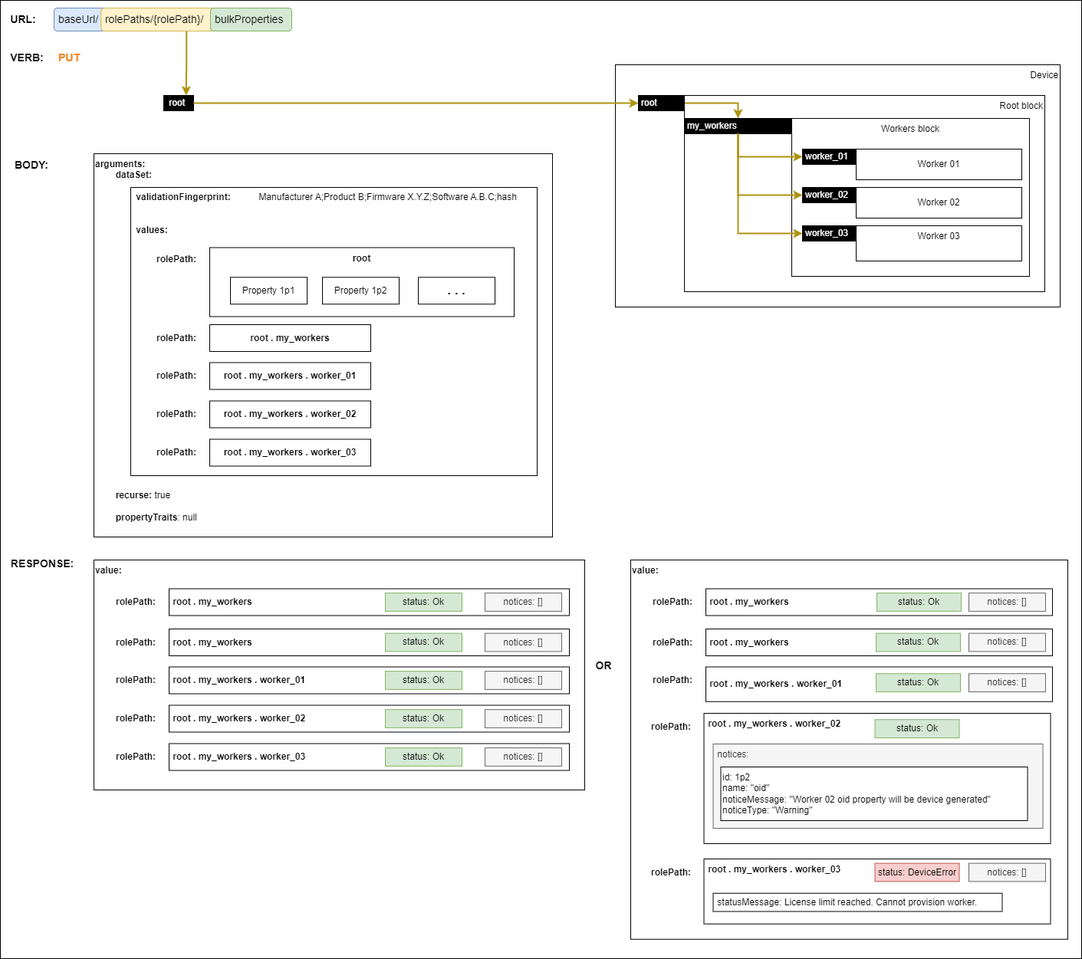
This is docs/images/restoring-full-backup.png from AMWA-TV/is-device-configuration, a draw.io export, as it was before one commit. Source tidied: cells renumbered, new cells last; positions are measured from the earlier drawing's top-left corner, leaving out a move shared by most shapes.
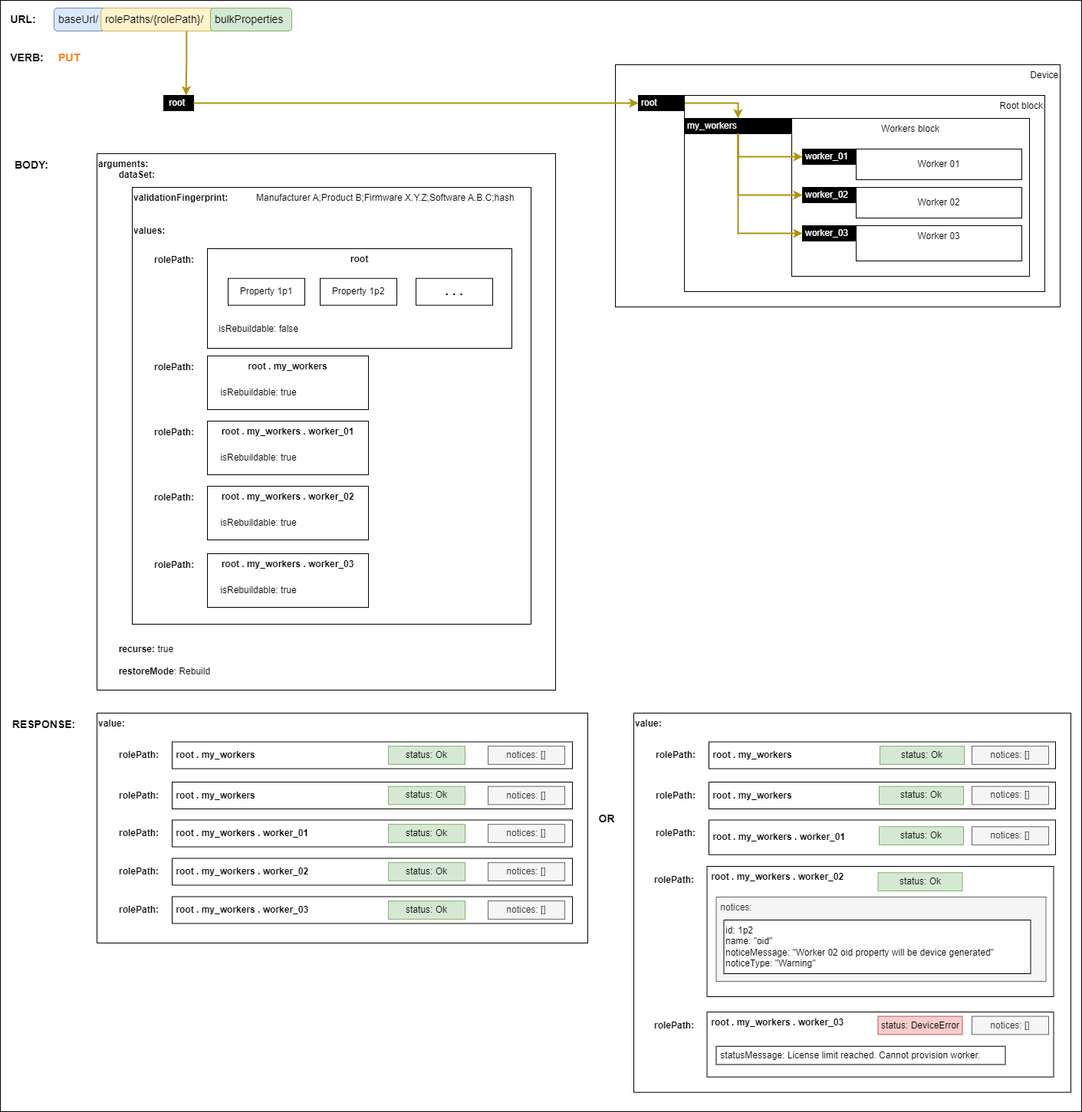
After the change.

Change to the diagram source:
```diff
@@ -5,27 +5,24 @@
     <mxCell id="2" style="rounded=0;whiteSpace=wrap;html=1;" parent="1" vertex="1">
-      <mxGeometry width="1410" height="1250" as="geometry" />
+      <mxGeometry x="-4" y="-200" width="1410" height="1450" as="geometry" />
     </mxCell>
-    <mxCell id="3" value="&lt;div&gt;&lt;b&gt;arguments:&lt;/b&gt;&lt;/div&gt;&lt;div&gt;&lt;b&gt;&lt;span style=&quot;white-space: pre;&quot;&gt;&#9;&lt;/span&gt;dataSet:&lt;br&gt;&lt;/b&gt;&lt;/div&gt;&lt;div&gt;&lt;br&gt;&lt;/div&gt;&lt;div&gt;&lt;b&gt;&lt;span style=&quot;white-space: pre;&quot;&gt;&lt;span style=&quot;white-space: pre;&quot;&gt;&#9;&lt;/span&gt;&#9;&lt;/span&gt;validationFingerprint:&lt;/b&gt; &lt;span style=&quot;white-space: pre;&quot;&gt;&#9;&lt;/span&gt;&lt;span style=&quot;white-space: pre;&quot;&gt;&#9;&lt;/span&gt;Manufacturer A;Product B;Firmware X.Y.Z;Software A.B.C;hash&lt;br&gt;&lt;/div&gt;&lt;div&gt;&lt;br&gt;&lt;/div&gt;&lt;div&gt;&lt;br&gt;&lt;/div&gt;&lt;b&gt;&lt;span style=&quot;white-space: pre;&quot;&gt;&#9;&lt;span style=&quot;white-space: pre;&quot;&gt;&#9;&lt;/span&gt;&lt;/span&gt;values:&lt;/b&gt;&lt;div&gt;&lt;b&gt;&lt;br&gt;&lt;/b&gt;&lt;/div&gt;&lt;div&gt;&lt;b&gt;&lt;br&gt;&lt;/b&gt;&lt;/div&gt;&lt;div&gt;&lt;b&gt;&lt;br&gt;&lt;/b&gt;&lt;/div&gt;&lt;div&gt;&lt;b&gt;&lt;br&gt;&lt;/b&gt;&lt;/div&gt;&lt;div&gt;&lt;b&gt;&lt;br&gt;&lt;/b&gt;&lt;/div&gt;&lt;div&gt;&lt;b&gt;&lt;br&gt;&lt;/b&gt;&lt;/div&gt;&lt;div&gt;&lt;b&gt;&lt;br&gt;&lt;/b&gt;&lt;/div&gt;&lt;div&gt;&lt;b&gt;&lt;br&gt;&lt;/b&gt;&lt;/div&gt;&lt;div&gt;&lt;b&gt;&lt;br&gt;&lt;/b&gt;&lt;/div&gt;&lt;div&gt;&lt;b&gt;&lt;br&gt;&lt;/b&gt;&lt;/div&gt;&lt;div&gt;&lt;b&gt;&lt;br&gt;&lt;/b&gt;&lt;/div&gt;&lt;div&gt;&lt;b&gt;&lt;br&gt;&lt;/b&gt;&lt;/div&gt;&lt;div&gt;&lt;b&gt;&lt;br&gt;&lt;/b&gt;&lt;/div&gt;&lt;div&gt;&lt;b&gt;&lt;br&gt;&lt;/b&gt;&lt;/div&gt;&lt;div&gt;&lt;b&gt;&lt;br&gt;&lt;/b&gt;&lt;/div&gt;&lt;div&gt;&lt;b&gt;&lt;br&gt;&lt;/b&gt;&lt;/div&gt;&lt;div&gt;&lt;b&gt;&lt;br&gt;&lt;/b&gt;&lt;/div&gt;&lt;div&gt;&lt;b&gt;&lt;br&gt;&lt;/b&gt;&lt;/div&gt;&lt;div&gt;&lt;b&gt;&lt;br&gt;&lt;/b&gt;&lt;/div&gt;&lt;div&gt;&lt;b&gt;&lt;br&gt;&lt;/b&gt;&lt;/div&gt;&lt;div&gt;&lt;b&gt;&lt;br&gt;&lt;/b&gt;&lt;/div&gt;&lt;div&gt;&lt;b&gt;&lt;br&gt;&lt;/b&gt;&lt;/div&gt;&lt;div&gt;&lt;b&gt;&lt;br&gt;&lt;/b&gt;&lt;/div&gt;&lt;div&gt;&lt;b&gt;&lt;span style=&quot;white-space: pre;&quot;&gt;&#9;&lt;/span&gt;recurse:&lt;/b&gt; true&lt;/div&gt;&lt;div&gt;&lt;br&gt;&lt;/div&gt;&lt;div&gt;&lt;span style=&quot;white-space: pre;&quot;&gt;&#9;&lt;/span&gt;&lt;b style=&quot;background-color: initial;&quot;&gt;propertyTraits&lt;/b&gt;&lt;span style=&quot;background-color: initial;&quot;&gt;: null&lt;/span&gt;&lt;br&gt;&lt;/div&gt;" style="rounded=0;whiteSpace=wrap;html=1;align=left;verticalAlign=top;" parent="1" vertex="1">
-      <mxGeometry x="122" y="200" width="598" height="500" as="geometry" />
+    <mxCell id="3" value="&lt;div&gt;&lt;b&gt;arguments:&lt;/b&gt;&lt;/div&gt;&lt;div&gt;&lt;b&gt;&lt;span style=&quot;white-space: pre;&quot;&gt;&#9;&lt;/span&gt;dataSet:&lt;br&gt;&lt;/b&gt;&lt;/div&gt;&lt;div&gt;&lt;br&gt;&lt;/div&gt;&lt;div&gt;&lt;b&gt;&lt;span style=&quot;white-space: pre;&quot;&gt;&lt;span style=&quot;white-space: pre;&quot;&gt;&#9;&lt;/span&gt;&#9;&lt;/span&gt;&lt;/b&gt;&lt;/div&gt;&lt;div&gt;&lt;b&gt;&lt;br&gt;&lt;/b&gt;&lt;/div&gt;&lt;div&gt;&lt;b&gt;&lt;br&gt;&lt;/b&gt;&lt;/div&gt;&lt;div&gt;&lt;b&gt;&lt;br&gt;&lt;/b&gt;&lt;/div&gt;&lt;div&gt;&lt;b&gt;&lt;br&gt;&lt;/b&gt;&lt;/div&gt;&lt;div&gt;&lt;b&gt;&lt;br&gt;&lt;/b&gt;&lt;/div&gt;&lt;div&gt;&lt;b&gt;&lt;br&gt;&lt;/b&gt;&lt;/div&gt;&lt;div&gt;&lt;b&gt;&lt;br&gt;&lt;/b&gt;&lt;/div&gt;&lt;div&gt;&lt;b&gt;&lt;br&gt;&lt;/b&gt;&lt;/div&gt;&lt;div&gt;&lt;b&gt;&lt;br&gt;&lt;/b&gt;&lt;/div&gt;&lt;div&gt;&lt;b&gt;&lt;br&gt;&lt;/b&gt;&lt;/div&gt;&lt;div&gt;&lt;b&gt;&lt;br&gt;&lt;/b&gt;&lt;/div&gt;&lt;div&gt;&lt;b&gt;&lt;br&gt;&lt;/b&gt;&lt;/div&gt;&lt;div&gt;&lt;b&gt;&lt;br&gt;&lt;/b&gt;&lt;/div&gt;&lt;div&gt;&lt;b&gt;&lt;br&gt;&lt;/b&gt;&lt;/div&gt;&lt;div&gt;&lt;b&gt;&lt;br&gt;&lt;/b&gt;&lt;/div&gt;&lt;div&gt;&lt;b&gt;&lt;br&gt;&lt;/b&gt;&lt;/div&gt;&lt;div&gt;&lt;b&gt;&lt;br&gt;&lt;/b&gt;&lt;/div&gt;&lt;div&gt;&lt;b&gt;&lt;br&gt;&lt;/b&gt;&lt;/div&gt;&lt;div&gt;&lt;b&gt;&lt;br&gt;&lt;/b&gt;&lt;/div&gt;&lt;div&gt;&lt;b&gt;&lt;br&gt;&lt;/b&gt;&lt;/div&gt;&lt;div&gt;&lt;b&gt;&lt;br&gt;&lt;/b&gt;&lt;/div&gt;&lt;div&gt;&lt;b&gt;&lt;br&gt;&lt;/b&gt;&lt;/div&gt;&lt;div&gt;&lt;b&gt;&lt;br&gt;&lt;/b&gt;&lt;/div&gt;&lt;div&gt;&lt;b&gt;&lt;br&gt;&lt;/b&gt;&lt;/div&gt;&lt;div&gt;&lt;b&gt;&lt;br&gt;&lt;/b&gt;&lt;/div&gt;&lt;div&gt;&lt;b&gt;&lt;br&gt;&lt;/b&gt;&lt;/div&gt;&lt;div&gt;&lt;b&gt;&lt;br&gt;&lt;/b&gt;&lt;/div&gt;&lt;div&gt;&lt;b&gt;&lt;br&gt;&lt;/b&gt;&lt;/div&gt;&lt;div&gt;&lt;b&gt;&lt;br&gt;&lt;/b&gt;&lt;/div&gt;&lt;div&gt;&lt;b&gt;&lt;br&gt;&lt;/b&gt;&lt;/div&gt;&lt;div&gt;&lt;b&gt;&lt;br&gt;&lt;/b&gt;&lt;/div&gt;&lt;div&gt;&lt;b&gt;&lt;br&gt;&lt;/b&gt;&lt;/div&gt;&lt;div&gt;&lt;b&gt;&lt;br&gt;&lt;/b&gt;&lt;/div&gt;&lt;div&gt;&lt;b&gt;&lt;br&gt;&lt;/b&gt;&lt;/div&gt;&lt;div&gt;&lt;b&gt;&lt;br&gt;&lt;/b&gt;&lt;/div&gt;&lt;div&gt;&lt;b&gt;&lt;br&gt;&lt;/b&gt;&lt;/div&gt;&lt;div&gt;&lt;b&gt;&lt;br&gt;&lt;/b&gt;&lt;/div&gt;&lt;div&gt;&lt;b&gt;&lt;br&gt;&lt;/b&gt;&lt;/div&gt;&lt;div&gt;&lt;br&gt;&lt;/div&gt;&lt;div&gt;&lt;br&gt;&lt;/div&gt;&lt;div&gt;&lt;b&gt;&lt;span style=&quot;white-space: pre;&quot;&gt;&#9;&lt;/span&gt;recurse:&lt;/b&gt; true&lt;/div&gt;&lt;div&gt;&lt;br&gt;&lt;/div&gt;&lt;div&gt;&lt;span style=&quot;white-space: pre;&quot;&gt;&#9;&lt;/span&gt;&lt;b&gt;restoreMode&lt;/b&gt;: Rebuild&lt;br&gt;&lt;/div&gt;" style="rounded=0;whiteSpace=wrap;html=1;align=left;verticalAlign=top;" parent="1" vertex="1">
+      <mxGeometry x="122" width="598" height="700" as="geometry" />
     </mxCell>
-    <mxCell id="4" style="rounded=0;whiteSpace=wrap;html=1;fillColor=none;fontStyle=0;" parent="1" vertex="1">
-      <mxGeometry x="170" y="244" width="530" height="376" as="geometry" />
-    </mxCell>
     <mxCell id="5" value="Device" style="rounded=0;whiteSpace=wrap;html=1;align=right;verticalAlign=top;" parent="1" vertex="1">
-      <mxGeometry x="802" y="84" width="580" height="316" as="geometry" />
+      <mxGeometry x="798" y="-116" width="580" height="316" as="geometry" />
     </mxCell>
     <mxCell id="6" value="&lt;div&gt;Root block&lt;br&gt;&lt;/div&gt;" style="rounded=0;whiteSpace=wrap;html=1;align=right;verticalAlign=top;" parent="1" vertex="1">
-      <mxGeometry x="892" y="124" width="470" height="256" as="geometry" />
+      <mxGeometry x="888" y="-76" width="470" height="256" as="geometry" />
     </mxCell>
     <mxCell id="7" value="Workers block" style="rounded=0;whiteSpace=wrap;html=1;verticalAlign=top;" parent="1" vertex="1">
-      <mxGeometry x="1032" y="154" width="310" height="206" as="geometry" />
+      <mxGeometry x="1028" y="-46" width="310" height="206" as="geometry" />
     </mxCell>
     <mxCell id="8" value="Worker 01" style="rounded=0;whiteSpace=wrap;html=1;" parent="1" vertex="1">
-      <mxGeometry x="1116" y="194" width="216" height="40" as="geometry" />
+      <mxGeometry x="1112" y="-6" width="216" height="40" as="geometry" />
     </mxCell>
     <mxCell id="9" value="Worker 02" style="rounded=0;whiteSpace=wrap;html=1;" parent="1" vertex="1">
-      <mxGeometry x="1116" y="244" width="216" height="40" as="geometry" />
+      <mxGeometry x="1112" y="44" width="216" height="40" as="geometry" />
     </mxCell>
     <mxCell id="10" value="Worker 03" style="rounded=0;whiteSpace=wrap;html=1;verticalAlign=top;" parent="1" vertex="1">
-      <mxGeometry x="1116" y="294" width="216" height="46" as="geometry" />
+      <mxGeometry x="1112" y="94" width="216" height="46" as="geometry" />
     </mxCell>
@@ -35,27 +32,27 @@
     <mxCell id="12" value="root" style="rounded=0;whiteSpace=wrap;html=1;align=left;fillColor=#000000;fontColor=#FFFFFF;spacingLeft=2;" parent="1" vertex="1">
-      <mxGeometry x="832" y="124" width="60" height="20" as="geometry" />
+      <mxGeometry x="828" y="-76" width="60" height="20" as="geometry" />
     </mxCell>
     <mxCell id="13" value="my_workers" style="rounded=0;whiteSpace=wrap;html=1;align=left;fillColor=#000000;fontColor=#FFFFFF;spacingLeft=2;" parent="1" vertex="1">
-      <mxGeometry x="892" y="154" width="140" height="20" as="geometry" />
+      <mxGeometry x="888" y="-46" width="140" height="20" as="geometry" />
     </mxCell>
     <mxCell id="14" value="worker_01" style="rounded=0;whiteSpace=wrap;html=1;align=left;fillColor=#000000;fontColor=#FFFFFF;spacingLeft=2;" parent="1" vertex="1">
-      <mxGeometry x="1046" y="194" width="70" height="20" as="geometry" />
+      <mxGeometry x="1042" y="-6" width="70" height="20" as="geometry" />
     </mxCell>
     <mxCell id="15" value="worker_02" style="rounded=0;whiteSpace=wrap;html=1;align=left;fillColor=#000000;fontColor=#FFFFFF;spacingLeft=2;" parent="1" vertex="1">
-      <mxGeometry x="1046" y="244" width="70" height="20" as="geometry" />
+      <mxGeometry x="1042" y="44" width="70" height="20" as="geometry" />
     </mxCell>
     <mxCell id="16" value="URL:" style="text;html=1;strokeColor=none;fillColor=none;align=center;verticalAlign=middle;whiteSpace=wrap;rounded=0;fontStyle=1;fontSize=14;" parent="1" vertex="1">
-      <mxGeometry x="10" y="10" width="40" height="30" as="geometry" />
+      <mxGeometry x="6" y="-190" width="40" height="30" as="geometry" />
     </mxCell>
     <mxCell id="17" value="VERB:" style="text;html=1;strokeColor=none;fillColor=none;align=center;verticalAlign=middle;whiteSpace=wrap;rounded=0;fontStyle=1;fontSize=14;" parent="1" vertex="1">
-      <mxGeometry x="10" y="60" width="50" height="30" as="geometry" />
+      <mxGeometry x="6" y="-140" width="50" height="30" as="geometry" />
     </mxCell>
     <mxCell id="18" value="PUT" style="text;html=1;strokeColor=none;fillColor=none;align=center;verticalAlign=middle;whiteSpace=wrap;rounded=0;fontStyle=1;fontSize=14;fontColor=#f48722;" parent="1" vertex="1">
-      <mxGeometry x="70" y="60" width="40" height="30" as="geometry" />
+      <mxGeometry x="66" y="-140" width="40" height="30" as="geometry" />
     </mxCell>
     <mxCell id="19" value="&amp;nbsp;root" style="rounded=0;whiteSpace=wrap;html=1;align=left;fillColor=#000000;fontColor=#FFFFFF;spacingLeft=2;" parent="1" vertex="1">
-      <mxGeometry x="213" y="124" width="39" height="20" as="geometry" />
+      <mxGeometry x="209" y="-76" width="39" height="20" as="geometry" />
     </mxCell>
     <mxCell id="20" value="worker_03" style="rounded=0;whiteSpace=wrap;html=1;align=left;fillColor=#000000;fontColor=#FFFFFF;spacingLeft=2;" parent="1" vertex="1">
-      <mxGeometry x="1046" y="294" width="70" height="20" as="geometry" />
+      <mxGeometry x="1042" y="94" width="70" height="20" as="geometry" />
     </mxCell>
@@ -65,6 +62,6 @@
     <mxCell id="22" value="&amp;nbsp;baseUrl/" style="rounded=1;whiteSpace=wrap;html=1;align=left;fontSize=14;fillColor=#dae8fc;strokeColor=#6c8ebf;" parent="1" vertex="1">
-      <mxGeometry x="70" y="10" width="90" height="30" as="geometry" />
+      <mxGeometry x="66" y="-190" width="90" height="30" as="geometry" />
     </mxCell>
     <mxCell id="23" value="&amp;nbsp;rolePaths/{rolePath}/" style="rounded=1;whiteSpace=wrap;html=1;align=left;fontSize=14;fillColor=#fff2cc;strokeColor=#d6b656;" parent="1" vertex="1">
-      <mxGeometry x="131.2" y="10" width="148.8" height="30" as="geometry" />
+      <mxGeometry x="127.2" y="-190" width="148.8" height="30" as="geometry" />
     </mxCell>
@@ -74,3 +71,3 @@
     <mxCell id="25" value="&amp;nbsp;bulkProperties" style="rounded=1;whiteSpace=wrap;html=1;align=left;fontSize=14;fillColor=#d5e8d4;strokeColor=#82b366;" parent="1" vertex="1">
-      <mxGeometry x="274" y="10" width="106" height="30" as="geometry" />
+      <mxGeometry x="270" y="-190" width="106" height="30" as="geometry" />
     </mxCell>
@@ -86,46 +83,7 @@
     <mxCell id="29" value="RESPONSE:" style="text;html=1;strokeColor=none;fillColor=none;align=center;verticalAlign=middle;whiteSpace=wrap;rounded=0;fontStyle=1;fontSize=14;" parent="1" vertex="1">
-      <mxGeometry x="10" y="720" width="90" height="30" as="geometry" />
+      <mxGeometry x="8" y="730" width="90" height="30" as="geometry" />
     </mxCell>
     <mxCell id="30" value="BODY:" style="text;html=1;strokeColor=none;fillColor=none;align=center;verticalAlign=middle;whiteSpace=wrap;rounded=0;fontStyle=1;fontSize=14;" parent="1" vertex="1">
-      <mxGeometry x="12" y="200" width="58" height="30" as="geometry" />
+      <mxGeometry x="8" width="58" height="30" as="geometry" />
     </mxCell>
-    <mxCell id="31" value="root" style="rounded=0;whiteSpace=wrap;html=1;verticalAlign=top;fontStyle=1;" parent="1" vertex="1">
-      <mxGeometry x="273" y="322.5" width="397" height="90" as="geometry" />
-    </mxCell>
-    <mxCell id="32" value="&lt;b&gt;rolePath:&lt;/b&gt;" style="text;html=1;align=center;verticalAlign=middle;whiteSpace=wrap;rounded=0;" parent="1" vertex="1">
-      <mxGeometry x="200" y="322.5" width="60" height="30" as="geometry" />
-    </mxCell>
-    <mxCell id="33" value="Property 1p1" style="rounded=0;whiteSpace=wrap;html=1;" parent="1" vertex="1">
-      <mxGeometry x="300" y="361.2" width="100" height="35" as="geometry" />
-    </mxCell>
-    <mxCell id="34" value="Property 1p2" style="rounded=0;whiteSpace=wrap;html=1;" parent="1" vertex="1">
-      <mxGeometry x="420" y="361.2" width="100" height="35" as="geometry" />
-    </mxCell>
-    <mxCell id="35" value=". . ." style="rounded=0;whiteSpace=wrap;html=1;fontStyle=1;fontSize=17;" parent="1" vertex="1">
-      <mxGeometry x="545" y="361.2" width="100" height="35" as="geometry" />
-    </mxCell>
-    <mxCell id="36" value="root . my_workers" style="rounded=0;whiteSpace=wrap;html=1;fontStyle=1;" parent="1" vertex="1">
-      <mxGeometry x="273" y="423" width="210" height="35" as="geometry" />
-    </mxCell>
-    <mxCell id="37" value="root . my_workers . worker_01" style="rounded=0;whiteSpace=wrap;html=1;fontStyle=1;" parent="1" vertex="1">
-      <mxGeometry x="273" y="472.5" width="210" height="35" as="geometry" />
-    </mxCell>
-    <mxCell id="38" value="root . my_workers . worker_02" style="rounded=0;whiteSpace=wrap;html=1;fontStyle=1;" parent="1" vertex="1">
-      <mxGeometry x="273" y="522.5" width="210" height="35" as="geometry" />
-    </mxCell>
-    <mxCell id="39" value="root . my_workers . worker_03" style="rounded=0;whiteSpace=wrap;html=1;fontStyle=1;" parent="1" vertex="1">
-      <mxGeometry x="273" y="572.5" width="210" height="35" as="geometry" />
-    </mxCell>
-    <mxCell id="40" value="&lt;b&gt;rolePath:&lt;/b&gt;" style="text;html=1;align=center;verticalAlign=middle;whiteSpace=wrap;rounded=0;" parent="1" vertex="1">
-      <mxGeometry x="200" y="425.5" width="60" height="30" as="geometry" />
-    </mxCell>
-    <mxCell id="41" value="&lt;b&gt;rolePath:&lt;/b&gt;" style="text;html=1;align=center;verticalAlign=middle;whiteSpace=wrap;rounded=0;" parent="1" vertex="1">
-      <mxGeometry x="200" y="475" width="60" height="30" as="geometry" />
-    </mxCell>
-    <mxCell id="42" value="&lt;b&gt;rolePath:&lt;/b&gt;" style="text;html=1;align=center;verticalAlign=middle;whiteSpace=wrap;rounded=0;" parent="1" vertex="1">
-      <mxGeometry x="200" y="525" width="60" height="30" as="geometry" />
-    </mxCell>
-    <mxCell id="43" value="&lt;b&gt;rolePath:&lt;/b&gt;" style="text;html=1;align=center;verticalAlign=middle;whiteSpace=wrap;rounded=0;" parent="1" vertex="1">
-      <mxGeometry x="200" y="575" width="60" height="30" as="geometry" />
-    </mxCell>
     <mxCell id="44" value="&lt;div&gt;&lt;b style=&quot;background-color: initial;&quot;&gt;value:&lt;/b&gt;&lt;br&gt;&lt;/div&gt;" style="rounded=0;whiteSpace=wrap;html=1;align=left;verticalAlign=top;" parent="1" vertex="1">
@@ -265,2 +223,59 @@
     </mxCell>
+    <mxCell id="89" value="&lt;div&gt;&lt;b&gt;validationFingerprint:&lt;/b&gt; &lt;span style=&quot;white-space: pre;&quot;&gt;&#9;&lt;/span&gt;&lt;span style=&quot;white-space: pre;&quot;&gt;&#9;&lt;/span&gt;Manufacturer A;Product B;Firmware X.Y.Z;Software A.B.C;hash&lt;br&gt;&lt;/div&gt;&lt;div&gt;&lt;br&gt;&lt;/div&gt;&lt;div&gt;&lt;br&gt;&lt;/div&gt;&lt;b&gt;values:&lt;/b&gt;" style="rounded=0;whiteSpace=wrap;html=1;align=left;verticalAlign=top;" parent="1" vertex="1">
+      <mxGeometry x="168" y="44" width="520" height="570" as="geometry" />
+    </mxCell>
+    <mxCell id="31" value="root" style="rounded=0;whiteSpace=wrap;html=1;verticalAlign=top;fontStyle=1;" parent="1" vertex="1">
+      <mxGeometry x="266" y="124" width="397" height="130" as="geometry" />
+    </mxCell>
+    <mxCell id="90" value="&lt;b&gt;rolePath:&lt;/b&gt;" style="text;html=1;align=center;verticalAlign=middle;whiteSpace=wrap;rounded=0;" parent="1" vertex="1">
+      <mxGeometry x="193" y="124" width="60" height="30" as="geometry" />
+    </mxCell>
+    <mxCell id="33" value="Property 1p1" style="rounded=0;whiteSpace=wrap;html=1;" parent="1" vertex="1">
+      <mxGeometry x="293" y="162.8" width="100" height="35" as="geometry" />
+    </mxCell>
+    <mxCell id="34" value="Property 1p2" style="rounded=0;whiteSpace=wrap;html=1;" parent="1" vertex="1">
+      <mxGeometry x="413" y="162.8" width="100" height="35" as="geometry" />
+    </mxCell>
+    <mxCell id="35" value=". . ." style="rounded=0;whiteSpace=wrap;html=1;fontStyle=1;fontSize=17;" parent="1" vertex="1">
+      <mxGeometry x="538" y="162.8" width="100" height="35" as="geometry" />
+    </mxCell>
+    <mxCell id="36" value="&lt;b&gt;root . my_workers&lt;/b&gt;" style="rounded=0;whiteSpace=wrap;html=1;verticalAlign=top;" parent="1" vertex="1">
+      <mxGeometry x="266" y="264" width="210" height="70" as="geometry" />
+    </mxCell>
+    <mxCell id="91" value="&lt;b&gt;rolePath:&lt;/b&gt;" style="text;html=1;align=center;verticalAlign=middle;whiteSpace=wrap;rounded=0;" parent="1" vertex="1">
+      <mxGeometry x="193" y="264" width="60" height="30" as="geometry" />
+    </mxCell>
+    <mxCell id="92" value="&lt;b&gt;rolePath:&lt;/b&gt;" style="text;html=1;align=center;verticalAlign=middle;whiteSpace=wrap;rounded=0;" parent="1" vertex="1">
+      <mxGeometry x="193" y="349" width="60" height="30" as="geometry" />
+    </mxCell>
+    <mxCell id="93" value="&lt;b&gt;rolePath:&lt;/b&gt;" style="text;html=1;align=center;verticalAlign=middle;whiteSpace=wrap;rounded=0;" parent="1" vertex="1">
+      <mxGeometry x="193" y="434" width="60" height="30" as="geometry" />
+    </mxCell>
+    <mxCell id="94" value="&lt;b&gt;rolePath:&lt;/b&gt;" style="text;html=1;align=center;verticalAlign=middle;whiteSpace=wrap;rounded=0;" parent="1" vertex="1">
+      <mxGeometry x="193" y="522" width="60" height="30" as="geometry" />
+    </mxCell>
+    <mxCell id="95" value="isRebuildable: false" style="text;html=1;align=center;verticalAlign=middle;whiteSpace=wrap;rounded=0;" parent="1" vertex="1">
+      <mxGeometry x="273" y="214" width="120" height="30" as="geometry" />
+    </mxCell>
+    <mxCell id="96" value="isRebuildable: true" style="text;html=1;align=center;verticalAlign=middle;whiteSpace=wrap;rounded=0;" parent="1" vertex="1">
+      <mxGeometry x="273" y="296.5" width="120" height="30" as="geometry" />
+    </mxCell>
+    <mxCell id="37" value="&lt;span style=&quot;font-weight: 700;&quot;&gt;root . my_workers . worker_01&lt;/span&gt;" style="rounded=0;whiteSpace=wrap;html=1;verticalAlign=top;" parent="1" vertex="1">
+      <mxGeometry x="266" y="349" width="210" height="70" as="geometry" />
+    </mxCell>
+    <mxCell id="97" value="isRebuildable: true" style="text;html=1;align=center;verticalAlign=middle;whiteSpace=wrap;rounded=0;" parent="1" vertex="1">
+      <mxGeometry x="273" y="381.5" width="120" height="30" as="geometry" />
+    </mxCell>
+    <mxCell id="38" value="&lt;span style=&quot;font-weight: 700;&quot;&gt;root . my_workers . worker_02&lt;/span&gt;" style="rounded=0;whiteSpace=wrap;html=1;verticalAlign=top;" parent="1" vertex="1">
+      <mxGeometry x="266" y="434" width="210" height="70" as="geometry" />
+    </mxCell>
+    <mxCell id="98" value="isRebuildable: true" style="text;html=1;align=center;verticalAlign=middle;whiteSpace=wrap;rounded=0;" parent="1" vertex="1">
+      <mxGeometry x="273" y="466.5" width="120" height="30" as="geometry" />
+    </mxCell>
+    <mxCell id="39" value="&lt;span style=&quot;font-weight: 700;&quot;&gt;root . my_workers . worker_03&lt;/span&gt;" style="rounded=0;whiteSpace=wrap;html=1;verticalAlign=top;" parent="1" vertex="1">
+      <mxGeometry x="266" y="522" width="210" height="70" as="geometry" />
+    </mxCell>
+    <mxCell id="99" value="isRebuildable: true" style="text;html=1;align=center;verticalAlign=middle;whiteSpace=wrap;rounded=0;" parent="1" vertex="1">
+      <mxGeometry x="273" y="554.5" width="120" height="30" as="geometry" />
+    </mxCell>
   </root>
```
